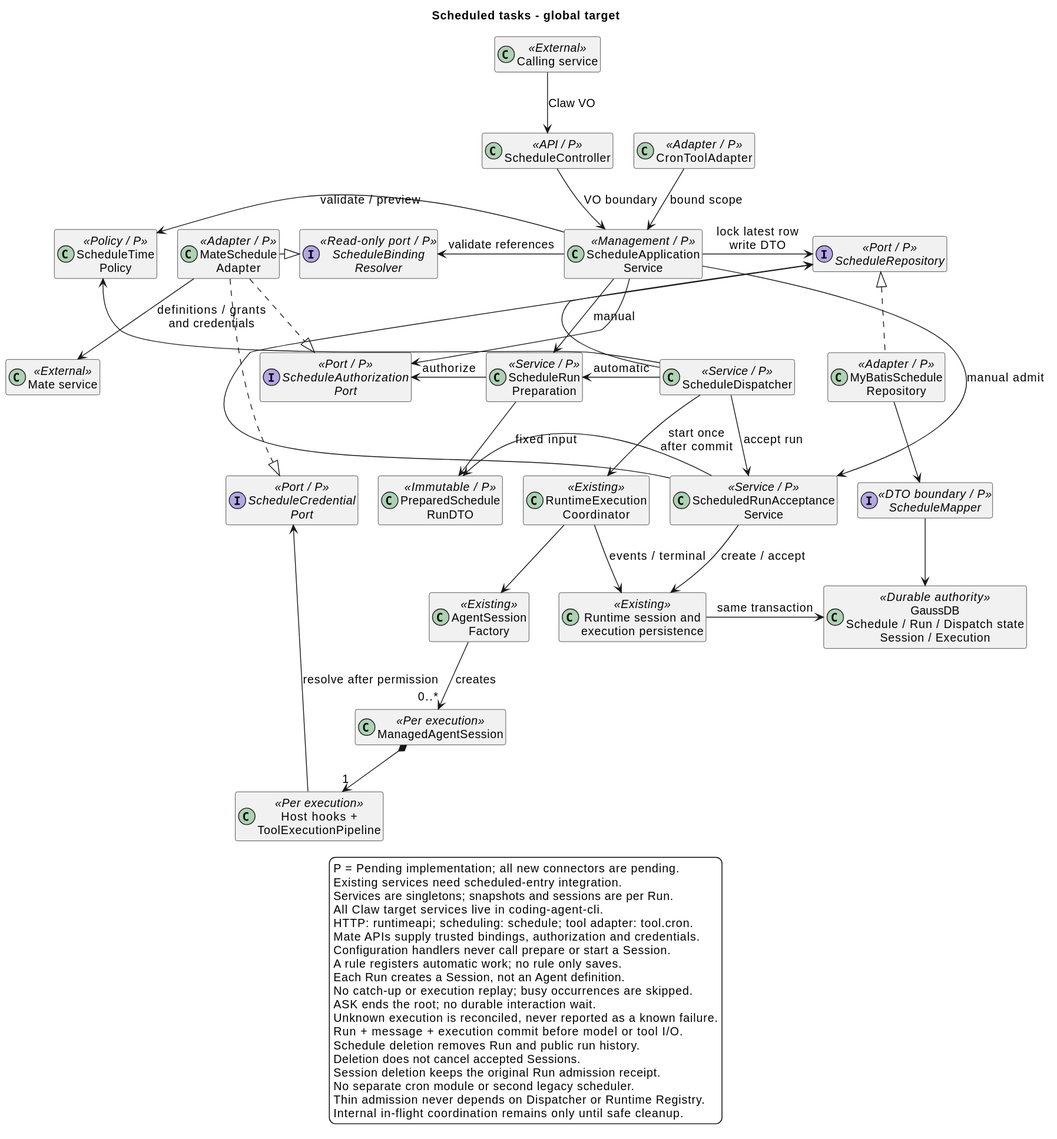
Above: 01-总体架构/08-CampusClaw定时任务/scheduled_task_architecture.svg in ssm0808/pi-mono-java-design (PlantUML), before the change.
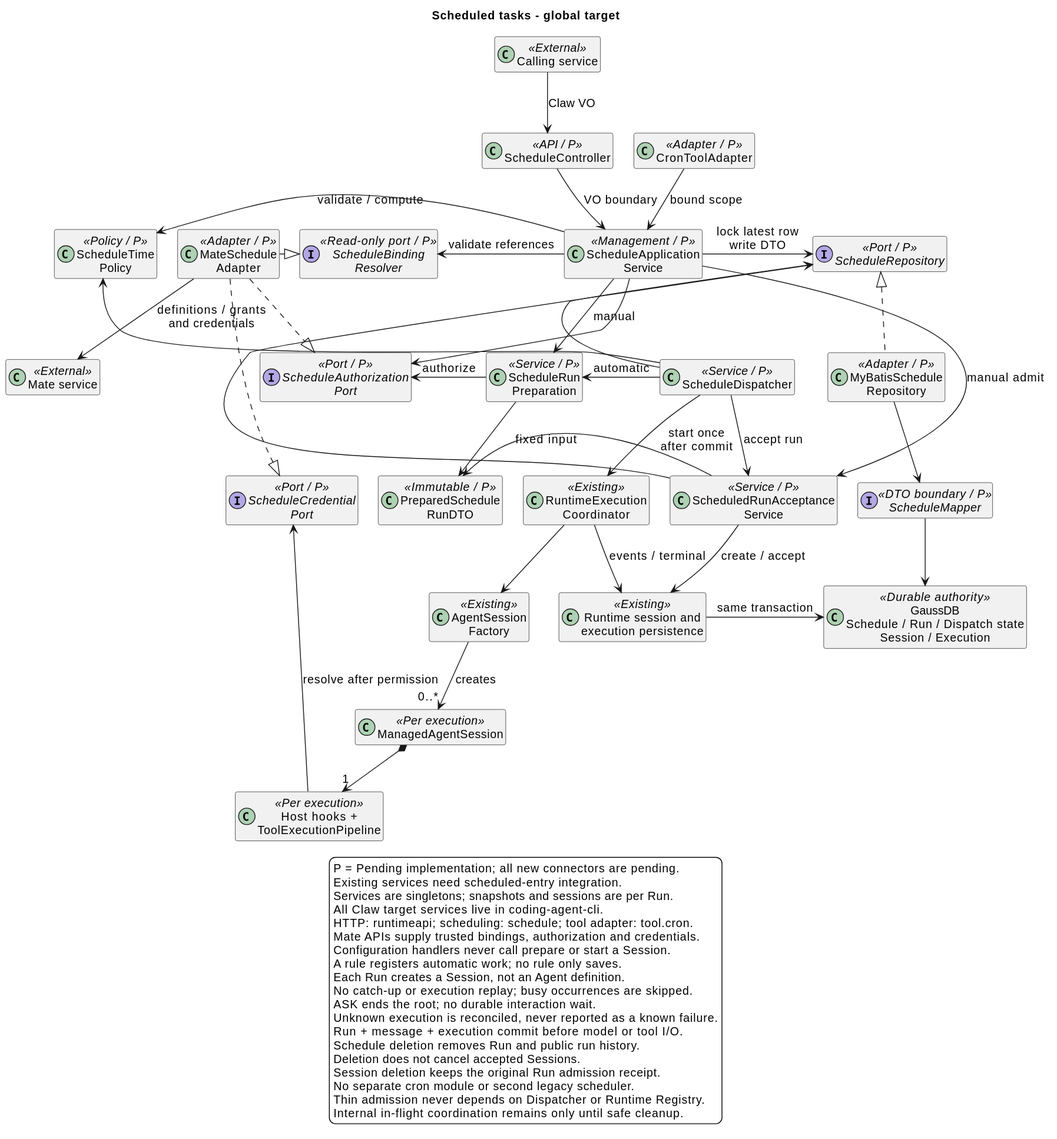
After the commit.

Commit message:
docs(schedule): remove standalone time preview API

Change to the diagram source:
```diff
@@ -37,7 +37,7 @@
 App -down[hidden]-> Dispatch
 Binding -down[hidden]-> Auth
 Auth -down[hidden]-> Credential
-App -left-> Time : validate / preview
+App -left-> Time : validate / compute
 App -right-> Repo : lock latest row\nwrite DTO
 App -[norank]-> Auth
 App -left-> Binding : validate references
```
